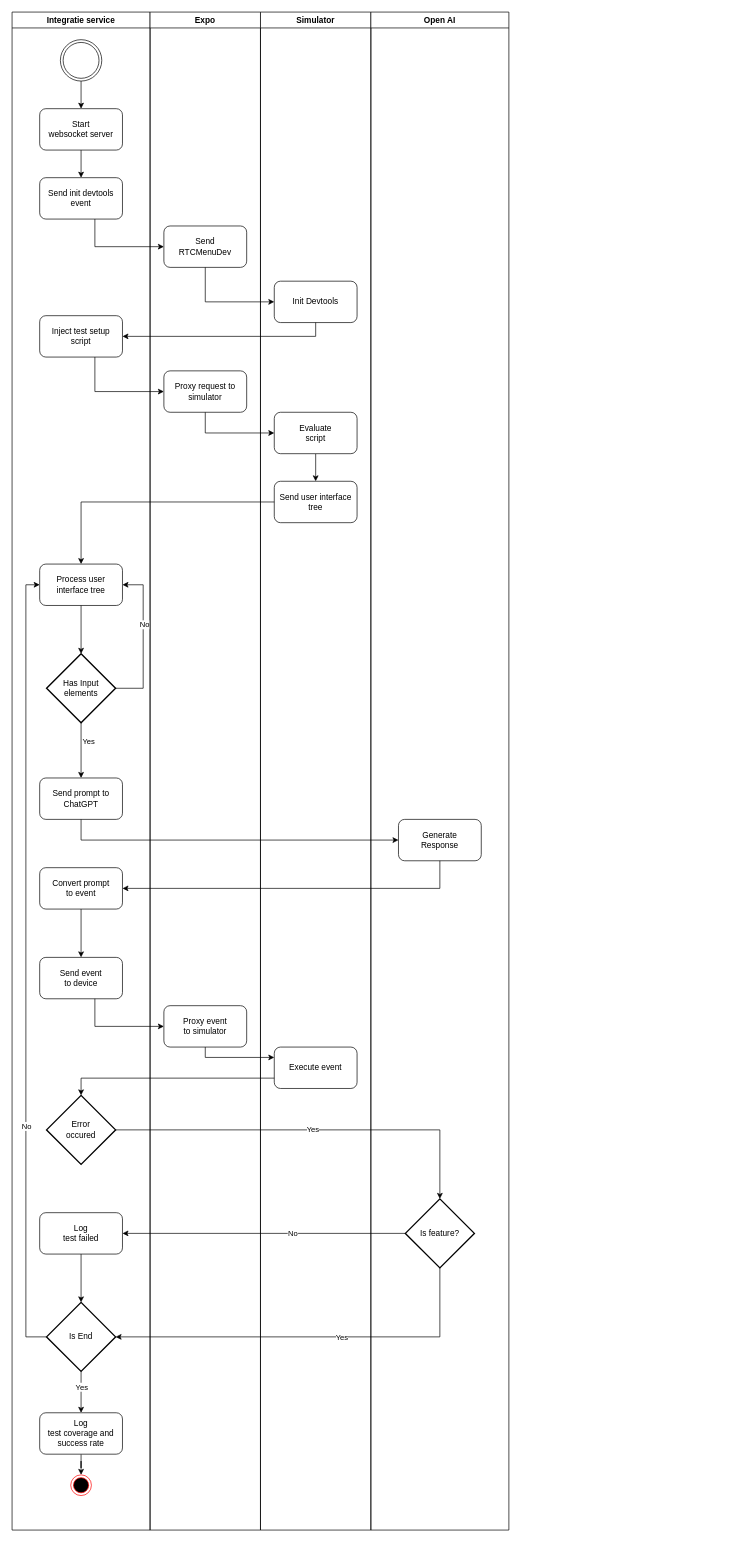
Above: page "Process view" (1 of 3) of 4+1.drawio in luukvankooten/draw.io (draw.io), before the change. Source tidied: cells renumbered, new cells numbered last; positions are measured from the earlier drawing's top-left corner, leaving out a move shared by most shapes. Both pictures are drawn from the tidied source at 69%, with x=0, y=0 at pixel (12, 12).
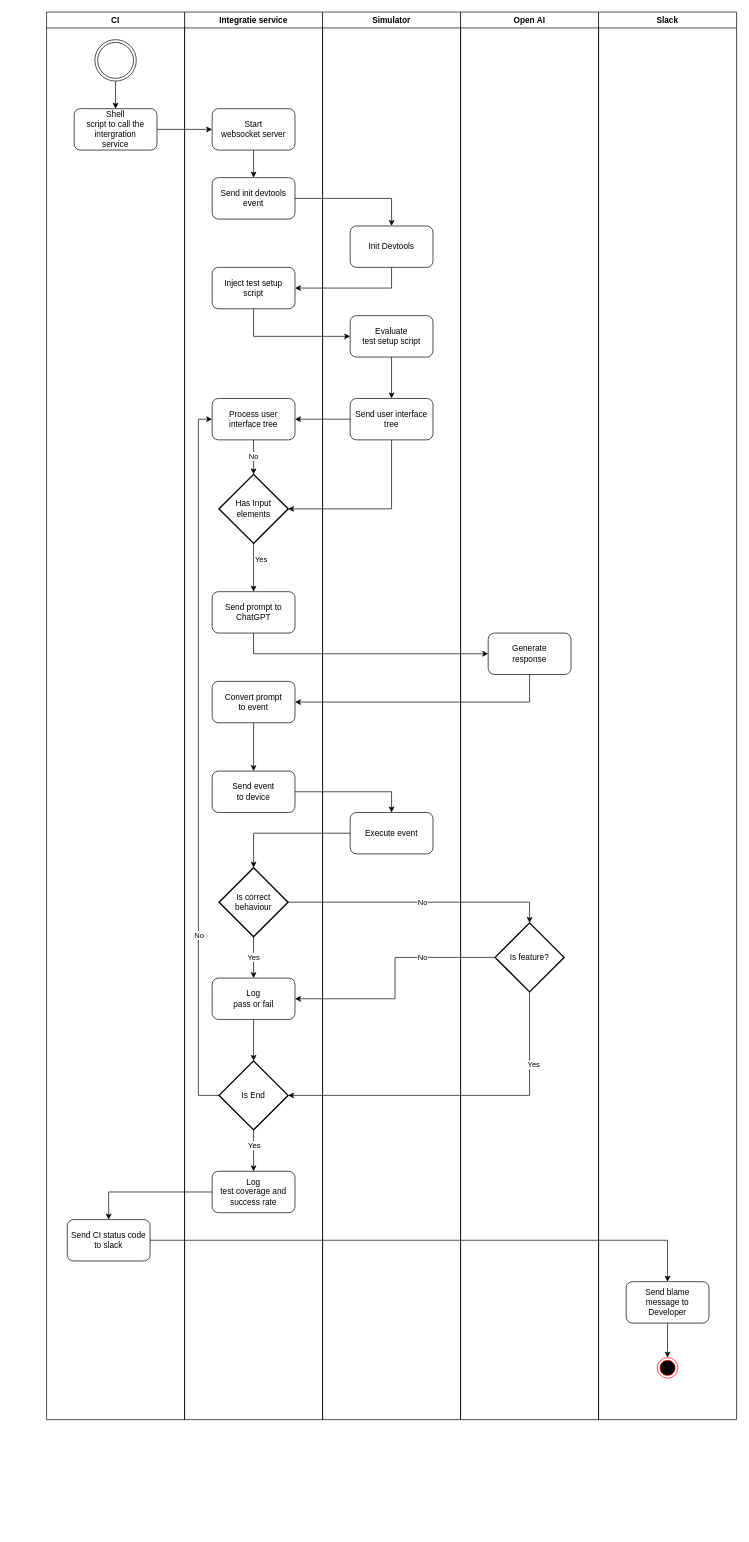
Above is the later version.

Unchanged cells that the change refers to:
```xml
<mxCell id="4" value="Start&lt;br&gt;websocket server" style="rounded=1;whiteSpace=wrap;html=1;" parent="2" vertex="1">
  <mxGeometry x="40" y="140" width="120" height="60" as="geometry" />
</mxCell>
<mxCell id="7" value="Send init devtools&lt;br&gt;event" style="rounded=1;whiteSpace=wrap;html=1;" parent="2" vertex="1">
  <mxGeometry x="40" y="240" width="120" height="60" as="geometry" />
</mxCell>
<mxCell id="59" style="edgeStyle=orthogonalEdgeStyle;rounded=0;jettySize=auto;html=1;entryX=1;entryY=0.5;entryDx=0;entryDy=0;" parent="1" edge="1" source="43" target="30">
  <mxGeometry relative="1" as="geometry" />
</mxCell>
```

Diff of the diagram source:
```diff
@@
     <mxCell id="2" value="Integratie service" style="swimlane;" parent="1" vertex="1">
-      <mxGeometry width="200" height="2200" as="geometry" />
+      <mxGeometry x="250" width="200" height="2040" as="geometry" />
     </mxCell>
@@
-    <mxCell id="5" style="edgeStyle=orthogonalEdgeStyle;rounded=0;jettySize=auto;html=1;" parent="2" edge="1" source="6" target="4">
-      <mxGeometry relative="1" as="geometry" />
-    </mxCell>
-    <mxCell id="6" style="ellipse;shape=doubleEllipse;html=1;dashed=0;whiteSpace=wrap;" parent="2" vertex="1">
-      <mxGeometry x="70" y="40" width="60" height="60" as="geometry" />
-    </mxCell>
@@
     <mxCell id="8" value="Inject test setup&lt;br&gt;script" style="rounded=1;whiteSpace=wrap;html=1;" parent="2" vertex="1">
-      <mxGeometry x="40" y="440" width="120" height="60" as="geometry" />
+      <mxGeometry x="40" y="370" width="120" height="60" as="geometry" />
     </mxCell>
     <mxCell id="9" value="Process user interface tree" style="rounded=1;whiteSpace=wrap;html=1;" parent="2" vertex="1">
-      <mxGeometry x="40" y="800" width="120" height="60" as="geometry" />
+      <mxGeometry x="40" y="560" width="120" height="60" as="geometry" />
     </mxCell>
@@
-    <mxCell id="12" style="edgeStyle=orthogonalEdgeStyle;rounded=0;jettySize=auto;html=1;entryX=1;entryY=0.5;entryDx=0;entryDy=0;" parent="2" edge="1" source="14" target="9">
-      <mxGeometry relative="1" as="geometry">
-        <Array as="points">
-          <mxPoint x="190" y="980" />
-          <mxPoint x="190" y="830" />
-        </Array>
-      </mxGeometry>
-    </mxCell>
-    <mxCell id="13" value="No" style="edgeLabel;html=1;align=center;verticalAlign=middle;" parent="12" vertex="1">
-      <mxGeometry x="0.21" y="-1" relative="1" as="geometry" />
-    </mxCell>
     <mxCell id="14" value="Has Input&lt;br&gt;elements" style="strokeWidth=2;html=1;shape=mxgraph.flowchart.decision;whiteSpace=wrap;" parent="2" vertex="1">
-      <mxGeometry x="50" y="930" width="100" height="100" as="geometry" />
+      <mxGeometry x="50" y="670" width="100" height="100" as="geometry" />
     </mxCell>
-    <mxCell id="15" style="edgeStyle=orthogonalEdgeStyle;rounded=0;jettySize=auto;html=1;entryX=0.5;entryY=0;entryDx=0;entryDy=0;entryPerimeter=0;" parent="2" edge="1" source="9" target="14">
-      <mxGeometry relative="1" as="geometry" />
-    </mxCell>
     <mxCell id="16" value="Send prompt to ChatGPT" style="rounded=1;whiteSpace=wrap;html=1;" parent="2" vertex="1">
-      <mxGeometry x="40" y="1110" width="120" height="60" as="geometry" />
+      <mxGeometry x="40" y="840" width="120" height="60" as="geometry" />
     </mxCell>
@@
     <mxCell id="18" value="Convert prompt&lt;br&gt;to event" style="rounded=1;whiteSpace=wrap;html=1;" parent="2" vertex="1">
-      <mxGeometry x="40" y="1240" width="120" height="60" as="geometry" />
+      <mxGeometry x="40" y="970" width="120" height="60" as="geometry" />
     </mxCell>
     <mxCell id="19" value="Send event &lt;br&gt;to device" style="rounded=1;whiteSpace=wrap;html=1;" parent="2" vertex="1">
-      <mxGeometry x="40" y="1370" width="120" height="60" as="geometry" />
+      <mxGeometry x="40" y="1100" width="120" height="60" as="geometry" />
     </mxCell>
+    <mxCell id="61" value="Yes" style="edgeStyle=orthogonalEdgeStyle;rounded=0;jettySize=auto;html=1;entryX=0.5;entryY=0;entryDx=0;entryDy=0;" parent="2" edge="1" source="20" target="30">
+      <mxGeometry relative="1" as="geometry" />
+    </mxCell>
-    <mxCell id="20" value="Error &lt;br&gt;occured" style="strokeWidth=2;html=1;shape=mxgraph.flowchart.decision;whiteSpace=wrap;" parent="2" vertex="1">
-      <mxGeometry x="50" y="1570" width="100" height="100" as="geometry" />
+    <mxCell id="20" value="Is correct&lt;br&gt;behaviour&lt;br&gt;&lt;span lang=&quot;en&quot; class=&quot;HwtZe&quot;&gt;&lt;/span&gt;" style="strokeWidth=2;html=1;shape=mxgraph.flowchart.decision;whiteSpace=wrap;" parent="2" vertex="1">
+      <mxGeometry x="50" y="1240" width="100" height="100" as="geometry" />
     </mxCell>
@@
     <mxCell id="23" style="edgeStyle=orthogonalEdgeStyle;rounded=0;jettySize=auto;html=1;entryX=0;entryY=0.5;entryDx=0;entryDy=0;" parent="2" edge="1" source="25" target="9">
       <mxGeometry relative="1" as="geometry">
         <Array as="points">
-          <mxPoint x="20" y="1920" />
-          <mxPoint x="20" y="830" />
+          <mxPoint x="20" y="1570" />
+          <mxPoint x="20" y="590" />
         </Array>
       </mxGeometry>
     </mxCell>
-    <mxCell id="24" value="No" style="edgeLabel;html=1;align=center;verticalAlign=middle;" parent="23" vertex="1">
-      <mxGeometry x="-0.41" relative="1" as="geometry" />
-    </mxCell>
+    <mxCell id="62" value="No" style="edgeLabel;html=1;align=center;verticalAlign=middle;" parent="23" vertex="1">
+      <mxGeometry x="-0.49" relative="1" as="geometry" />
+    </mxCell>
     <mxCell id="25" value="Is End" style="strokeWidth=2;html=1;shape=mxgraph.flowchart.decision;whiteSpace=wrap;" parent="2" vertex="1">
-      <mxGeometry x="50" y="1870" width="100" height="100" as="geometry" />
+      <mxGeometry x="50" y="1520" width="100" height="100" as="geometry" />
     </mxCell>
-    <mxCell id="26" style="edgeStyle=orthogonalEdgeStyle;rounded=0;jettySize=auto;html=1;entryX=0.5;entryY=0;entryDx=0;entryDy=0;" parent="2" edge="1" source="27" target="28">
-      <mxGeometry relative="1" as="geometry" />
-    </mxCell>
     <mxCell id="27" value="Log&lt;br&gt;test coverage and&lt;br&gt;success rate" style="rounded=1;whiteSpace=wrap;html=1;" parent="2" vertex="1">
-      <mxGeometry x="40" y="2030" width="120" height="60" as="geometry" />
+      <mxGeometry x="40" y="1680" width="120" height="60" as="geometry" />
     </mxCell>
-    <mxCell id="28" style="ellipse;html=1;shape=endState;fillColor=#000000;strokeColor=#ff0000;" parent="2" vertex="1">
-      <mxGeometry x="85" y="2120" width="30" height="30" as="geometry" />
-    </mxCell>
@@
-    <mxCell id="30" value="Log &lt;br&gt;test failed" style="rounded=1;whiteSpace=wrap;html=1;" parent="2" vertex="1">
-      <mxGeometry x="40" y="1740" width="120" height="60" as="geometry" />
+    <mxCell id="30" value="Log &lt;br&gt;pass or fail" style="rounded=1;whiteSpace=wrap;html=1;" parent="2" vertex="1">
+      <mxGeometry x="40" y="1400" width="120" height="60" as="geometry" />
     </mxCell>
+    <mxCell id="15" style="edgeStyle=orthogonalEdgeStyle;rounded=0;jettySize=auto;html=1;entryX=0.5;entryY=0;entryDx=0;entryDy=0;entryPerimeter=0;" parent="2" edge="1" source="9" target="14">
+      <mxGeometry relative="1" as="geometry" />
+    </mxCell>
+    <mxCell id="63" value="No" style="edgeLabel;html=1;align=center;verticalAlign=middle;" parent="15" vertex="1">
+      <mxGeometry x="-0.07" y="-1" relative="1" as="geometry" />
+    </mxCell>
     <mxCell id="31" value="Simulator" style="swimlane;" parent="1" vertex="1">
-      <mxGeometry x="360" width="160" height="2200" as="geometry" />
+      <mxGeometry x="450" width="200" height="2040" as="geometry" />
     </mxCell>
     <mxCell id="32" value="Init Devtools" style="rounded=1;whiteSpace=wrap;html=1;" parent="31" vertex="1">
-      <mxGeometry x="20" y="390" width="120" height="60" as="geometry" />
+      <mxGeometry x="40" y="310" width="120" height="60" as="geometry" />
     </mxCell>
-    <mxCell id="33" style="edgeStyle=orthogonalEdgeStyle;rounded=0;jettySize=auto;html=1;entryX=0.5;entryY=0;entryDx=0;entryDy=0;" parent="31" edge="1" source="34" target="35">
+    <mxCell id="33" style="edgeStyle=orthogonalEdgeStyle;rounded=0;jettySize=auto;html=1;" parent="31" edge="1" source="34" target="35">
       <mxGeometry relative="1" as="geometry" />
     </mxCell>
-    <mxCell id="34" value="Evaluate&lt;br&gt;script" style="rounded=1;whiteSpace=wrap;html=1;" parent="31" vertex="1">
-      <mxGeometry x="20" y="580" width="120" height="60" as="geometry" />
+    <mxCell id="34" value="Evaluate&lt;br&gt;test setup script" style="rounded=1;whiteSpace=wrap;html=1;" parent="31" vertex="1">
+      <mxGeometry x="40" y="440" width="120" height="60" as="geometry" />
     </mxCell>
     <mxCell id="35" value="Send user interface tree" style="rounded=1;whiteSpace=wrap;html=1;" parent="31" vertex="1">
-      <mxGeometry x="20" y="680" width="120" height="60" as="geometry" />
+      <mxGeometry x="40" y="560" width="120" height="60" as="geometry" />
     </mxCell>
     <mxCell id="36" value="Execute event" style="rounded=1;whiteSpace=wrap;html=1;" parent="31" vertex="1">
-      <mxGeometry x="20" y="1500" width="120" height="60" as="geometry" />
+      <mxGeometry x="40" y="1160" width="120" height="60" as="geometry" />
     </mxCell>
-    <mxCell id="37" value="Expo" style="swimlane;" parent="1" vertex="1">
-      <mxGeometry x="200" width="160" height="2200" as="geometry" />
-    </mxCell>
-    <mxCell id="38" value="Send &lt;br&gt;RTCMenuDev" style="rounded=1;whiteSpace=wrap;html=1;" parent="37" vertex="1">
-      <mxGeometry x="20" y="310" width="120" height="60" as="geometry" />
-    </mxCell>
-    <mxCell id="39" value="Proxy request to simulator" style="rounded=1;whiteSpace=wrap;html=1;" parent="37" vertex="1">
-      <mxGeometry x="20" y="520" width="120" height="60" as="geometry" />
-    </mxCell>
-    <mxCell id="40" value="Proxy event&lt;br&gt;to simulator" style="rounded=1;whiteSpace=wrap;html=1;" parent="37" vertex="1">
-      <mxGeometry x="20" y="1440" width="120" height="60" as="geometry" />
-    </mxCell>
     <mxCell id="41" value="Open AI" style="swimlane;" parent="1" vertex="1">
-      <mxGeometry x="520" width="200" height="2200" as="geometry" />
+      <mxGeometry x="650" width="200" height="2040" as="geometry" />
     </mxCell>
-    <mxCell id="42" value="Generate &lt;br&gt;Response" style="rounded=1;whiteSpace=wrap;html=1;" parent="41" vertex="1">
-      <mxGeometry x="40" y="1170" width="120" height="60" as="geometry" />
+    <mxCell id="42" value="Generate &lt;br&gt;response" style="rounded=1;whiteSpace=wrap;html=1;" parent="41" vertex="1">
+      <mxGeometry x="40" y="900" width="120" height="60" as="geometry" />
     </mxCell>
     <mxCell id="43" value="Is feature?" style="strokeWidth=2;html=1;shape=mxgraph.flowchart.decision;whiteSpace=wrap;" parent="41" vertex="1">
-      <mxGeometry x="50" y="1720" width="100" height="100" as="geometry" />
+      <mxGeometry x="50" y="1320" width="100" height="100" as="geometry" />
     </mxCell>
-    <mxCell id="44" style="edgeStyle=orthogonalEdgeStyle;rounded=0;jettySize=auto;html=1;entryX=0;entryY=0.5;entryDx=0;entryDy=0;" parent="1" edge="1" source="7" target="38">
+    <mxCell id="44" style="edgeStyle=orthogonalEdgeStyle;rounded=0;jettySize=auto;html=1;entryX=0.5;entryY=0;entryDx=0;entryDy=0;" parent="1" edge="1" source="7" target="32">
       <mxGeometry relative="1" as="geometry">
         <Array as="points">
-          <mxPoint x="120" y="340" />
+          <mxPoint x="550" y="270" />
         </Array>
       </mxGeometry>
     </mxCell>
-    <mxCell id="45" style="edgeStyle=orthogonalEdgeStyle;rounded=0;jettySize=auto;html=1;entryX=0;entryY=0.5;entryDx=0;entryDy=0;" parent="1" edge="1" source="38" target="32">
-      <mxGeometry relative="1" as="geometry">
-        <Array as="points">
-          <mxPoint x="280" y="420" />
-        </Array>
-      </mxGeometry>
-    </mxCell>
-    <mxCell id="46" style="edgeStyle=orthogonalEdgeStyle;rounded=0;jettySize=auto;html=1;entryX=1;entryY=0.5;entryDx=0;entryDy=0;" parent="1" edge="1" source="32" target="8">
+    <mxCell id="46" style="edgeStyle=orthogonalEdgeStyle;rounded=0;jettySize=auto;html=1;entryX=1;entryY=0.5;entryDx=0;entryDy=0;exitX=0.5;exitY=1;exitDx=0;exitDy=0;" parent="1" edge="1" source="32" target="8">
       <mxGeometry relative="1" as="geometry">
         <Array as="points">
-          <mxPoint x="440" y="470" />
+          <mxPoint x="550" y="400" />
         </Array>
       </mxGeometry>
     </mxCell>
-    <mxCell id="47" style="edgeStyle=orthogonalEdgeStyle;rounded=0;jettySize=auto;html=1;entryX=0;entryY=0.5;entryDx=0;entryDy=0;" parent="1" edge="1" source="8" target="39">
-      <mxGeometry relative="1" as="geometry">
-        <Array as="points">
-          <mxPoint x="120" y="550" />
-        </Array>
-      </mxGeometry>
-    </mxCell>
-    <mxCell id="48" style="edgeStyle=orthogonalEdgeStyle;rounded=0;jettySize=auto;html=1;entryX=0;entryY=0.5;entryDx=0;entryDy=0;" parent="1" edge="1" source="39" target="34">
-      <mxGeometry relative="1" as="geometry">
-        <Array as="points">
-          <mxPoint x="280" y="610" />
-        </Array>
-      </mxGeometry>
-    </mxCell>
-    <mxCell id="49" style="edgeStyle=orthogonalEdgeStyle;rounded=0;jettySize=auto;html=1;" parent="1" edge="1" source="35" target="9">
-      <mxGeometry relative="1" as="geometry" />
-    </mxCell>
     <mxCell id="50" style="edgeStyle=orthogonalEdgeStyle;rounded=0;jettySize=auto;html=1;" parent="1" edge="1" source="16" target="42">
       <mxGeometry relative="1" as="geometry">
         <Array as="points">
-          <mxPoint x="100" y="1200" />
+          <mxPoint x="350" y="930" />
         </Array>
       </mxGeometry>
     </mxCell>
     <mxCell id="51" style="edgeStyle=orthogonalEdgeStyle;rounded=0;jettySize=auto;html=1;entryX=1;entryY=0.5;entryDx=0;entryDy=0;" parent="1" edge="1" source="42" target="18">
       <mxGeometry relative="1" as="geometry">
         <Array as="points">
-          <mxPoint x="620" y="1270" />
+          <mxPoint x="750" y="1000" />
         </Array>
       </mxGeometry>
     </mxCell>
-    <mxCell id="52" style="edgeStyle=orthogonalEdgeStyle;rounded=0;jettySize=auto;html=1;entryX=0;entryY=0.5;entryDx=0;entryDy=0;" parent="1" edge="1" source="19" target="40">
-      <mxGeometry relative="1" as="geometry">
-        <Array as="points">
-          <mxPoint x="120" y="1470" />
-        </Array>
-      </mxGeometry>
-    </mxCell>
-    <mxCell id="53" style="edgeStyle=orthogonalEdgeStyle;rounded=0;jettySize=auto;html=1;entryX=0;entryY=0.25;entryDx=0;entryDy=0;" parent="1" edge="1" source="40" target="36">
-      <mxGeometry relative="1" as="geometry">
-        <Array as="points">
-          <mxPoint x="280" y="1515" />
-        </Array>
-      </mxGeometry>
-    </mxCell>
-    <mxCell id="54" style="edgeStyle=orthogonalEdgeStyle;rounded=0;jettySize=auto;html=1;entryX=0.5;entryY=0;entryDx=0;entryDy=0;entryPerimeter=0;exitX=0;exitY=0.75;exitDx=0;exitDy=0;" parent="1" edge="1" source="36" target="20">
+    <mxCell id="54" style="edgeStyle=orthogonalEdgeStyle;rounded=0;jettySize=auto;html=1;entryX=0.5;entryY=0;entryDx=0;entryDy=0;entryPerimeter=0;exitX=0;exitY=0.5;exitDx=0;exitDy=0;" parent="1" edge="1" source="36" target="20">
       <mxGeometry relative="1" as="geometry">
         <Array as="points">
-          <mxPoint x="100" y="1545" />
+          <mxPoint x="350" y="1190" />
         </Array>
       </mxGeometry>
     </mxCell>
     <mxCell id="55" style="edgeStyle=orthogonalEdgeStyle;rounded=0;jettySize=auto;html=1;entryX=1;entryY=0.5;entryDx=0;entryDy=0;entryPerimeter=0;" parent="1" edge="1" source="43" target="25">
       <mxGeometry relative="1" as="geometry">
         <Array as="points">
-          <mxPoint x="620" y="1920" />
+          <mxPoint x="750" y="1570" />
         </Array>
       </mxGeometry>
     </mxCell>
     <mxCell id="56" value="Yes" style="edgeLabel;html=1;align=center;verticalAlign=middle;" parent="55" vertex="1">
-      <mxGeometry x="-0.15" y="6" relative="1" as="geometry">
-        <mxPoint x="-1" y="-6" as="offset" />
-      </mxGeometry>
+      <mxGeometry x="-0.58" y="5" relative="1" as="geometry" />
     </mxCell>
     <mxCell id="57" style="edgeStyle=orthogonalEdgeStyle;rounded=0;jettySize=auto;html=1;entryX=0.5;entryY=0;entryDx=0;entryDy=0;entryPerimeter=0;exitX=1;exitY=0.5;exitDx=0;exitDy=0;exitPerimeter=0;" parent="1" edge="1" source="20" target="43">
       <mxGeometry relative="1" as="geometry">
         <Array as="points">
-          <mxPoint x="620" y="1620" />
+          <mxPoint x="750" y="1290" />
         </Array>
       </mxGeometry>
     </mxCell>
-    <mxCell id="58" value="Yes" style="edgeLabel;html=1;align=center;verticalAlign=middle;" parent="57" vertex="1">
-      <mxGeometry y="1" relative="1" as="geometry" />
+    <mxCell id="58" value="No" style="edgeLabel;html=1;align=center;verticalAlign=middle;" parent="57" vertex="1">
+      <mxGeometry y="1" relative="1" as="geometry">
+        <mxPoint x="4" y="1" as="offset" />
+      </mxGeometry>
     </mxCell>
@@
     <mxCell id="60" value="No" style="edgeLabel;html=1;align=center;verticalAlign=middle;" parent="59" vertex="1">
-      <mxGeometry x="-0.2" y="-1" relative="1" as="geometry" />
+      <mxGeometry x="-0.2" y="-1" relative="1" as="geometry">
+        <mxPoint x="34" y="1" as="offset" />
+      </mxGeometry>
     </mxCell>
+    <mxCell id="64" style="edgeStyle=orthogonalEdgeStyle;rounded=0;jettySize=auto;html=1;entryX=1;entryY=0.5;entryDx=0;entryDy=0;entryPerimeter=0;exitX=0.5;exitY=1;exitDx=0;exitDy=0;" parent="1" edge="1" source="35" target="14">
+      <mxGeometry relative="1" as="geometry">
+        <Array as="points">
+          <mxPoint x="550" y="720" />
+        </Array>
+      </mxGeometry>
+    </mxCell>
+    <mxCell id="65" value="CI" style="swimlane;" parent="1" vertex="1">
+      <mxGeometry x="50" width="200" height="2040" as="geometry" />
+    </mxCell>
+    <mxCell id="66" style="edgeStyle=orthogonalEdgeStyle;rounded=0;jettySize=auto;html=1;" parent="65" edge="1" source="6" target="67">
+      <mxGeometry relative="1" as="geometry" />
+    </mxCell>
+    <mxCell id="6" style="ellipse;shape=doubleEllipse;html=1;dashed=0;whiteSpace=wrap;" parent="65" vertex="1">
+      <mxGeometry x="70" y="40" width="60" height="60" as="geometry" />
+    </mxCell>
+    <mxCell id="67" value="Shell&lt;br&gt;script to call the&lt;br&gt;intergration&lt;br&gt;service" style="rounded=1;whiteSpace=wrap;html=1;" parent="65" vertex="1">
+      <mxGeometry x="40" y="140" width="120" height="60" as="geometry" />
+    </mxCell>
+    <mxCell id="68" value="Send CI status code to slack" style="rounded=1;whiteSpace=wrap;html=1;" parent="65" vertex="1">
+      <mxGeometry x="30" y="1750" width="120" height="60" as="geometry" />
+    </mxCell>
+    <mxCell id="69" style="edgeStyle=orthogonalEdgeStyle;rounded=0;jettySize=auto;html=1;entryX=0;entryY=0.5;entryDx=0;entryDy=0;" parent="1" edge="1" source="67" target="4">
+      <mxGeometry relative="1" as="geometry" />
+    </mxCell>
+    <mxCell id="70" style="edgeStyle=orthogonalEdgeStyle;rounded=0;jettySize=auto;html=1;entryX=0;entryY=0.5;entryDx=0;entryDy=0;" parent="1" edge="1" source="8" target="34">
+      <mxGeometry relative="1" as="geometry">
+        <Array as="points">
+          <mxPoint x="350" y="470" />
+        </Array>
+      </mxGeometry>
+    </mxCell>
+    <mxCell id="71" style="edgeStyle=orthogonalEdgeStyle;rounded=0;jettySize=auto;html=1;entryX=0.5;entryY=0;entryDx=0;entryDy=0;" parent="1" edge="1" source="19" target="36">
+      <mxGeometry relative="1" as="geometry" />
+    </mxCell>
+    <mxCell id="72" value="Slack" style="swimlane;" parent="1" vertex="1">
+      <mxGeometry x="850" width="200" height="2040" as="geometry" />
+    </mxCell>
+    <mxCell id="73" style="edgeStyle=orthogonalEdgeStyle;rounded=0;jettySize=auto;html=1;entryX=0.5;entryY=0;entryDx=0;entryDy=0;" parent="72" edge="1" source="74" target="75">
+      <mxGeometry relative="1" as="geometry" />
+    </mxCell>
+    <mxCell id="74" value="Send blame &lt;br&gt;message to Developer" style="rounded=1;whiteSpace=wrap;html=1;" parent="72" vertex="1">
+      <mxGeometry x="40" y="1840" width="120" height="60" as="geometry" />
+    </mxCell>
+    <mxCell id="75" style="ellipse;html=1;shape=endState;fillColor=#000000;strokeColor=#ff0000;" parent="72" vertex="1">
+      <mxGeometry x="85" y="1950" width="30" height="30" as="geometry" />
+    </mxCell>
+    <mxCell id="76" style="edgeStyle=orthogonalEdgeStyle;rounded=0;jettySize=auto;html=1;entryX=0.5;entryY=0;entryDx=0;entryDy=0;" parent="1" edge="1" source="27" target="68">
+      <mxGeometry relative="1" as="geometry" />
+    </mxCell>
+    <mxCell id="77" style="edgeStyle=orthogonalEdgeStyle;rounded=0;jettySize=auto;html=1;entryX=0.5;entryY=0;entryDx=0;entryDy=0;" parent="1" edge="1" source="68" target="74">
+      <mxGeometry relative="1" as="geometry" />
+    </mxCell>
+    <mxCell id="49" style="edgeStyle=orthogonalEdgeStyle;rounded=0;jettySize=auto;html=1;entryX=1;entryY=0.5;entryDx=0;entryDy=0;" parent="1" edge="1" source="35" target="9">
+      <mxGeometry relative="1" as="geometry" />
+    </mxCell>
```
